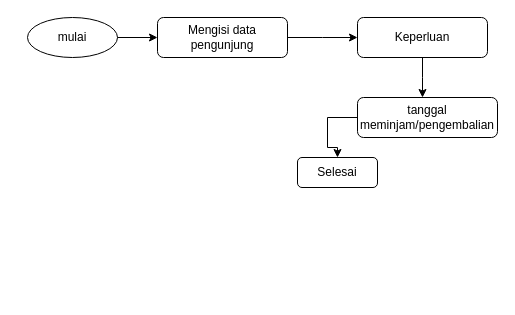
NAYA23-cpr/alurperpus keeps this draw.io diagram as alurperpus.drawio. Above is the earlier version. Source tidied: cells renumbered, new cells numbered last; positions are measured from the earlier drawing's top-left corner, leaving out a move shared by most shapes. Both pictures are drawn from the tidied source at 100%, with x=0, y=0 at pixel (27, 17).
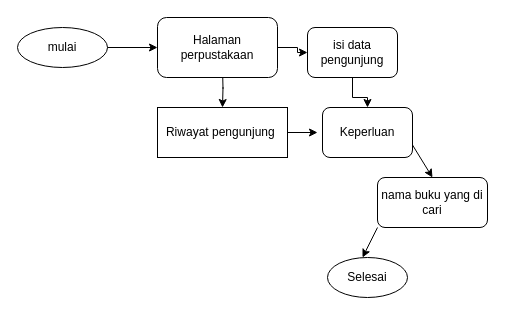
The same page after the edit.

The edit, as a diff of the source:
```diff
@@
 <mxGraphModel>
   <root>
     <mxCell id="0" />
     <mxCell id="1" parent="0" />
     <mxCell id="2" value="mulai" style="ellipse;whiteSpace=wrap;html=1;" parent="1" vertex="1">
-      <mxGeometry width="90" height="40" as="geometry" />
+      <mxGeometry x="-10" y="10" width="90" height="40" as="geometry" />
     </mxCell>
-    <mxCell id="3" style="endArrow=classic;html=1;rounded=0;" parent="1" edge="1">
-      <mxGeometry relative="1" as="geometry">
-        <mxPoint x="90" y="20" as="sourcePoint" />
-        <mxPoint x="130" y="20" as="targetPoint" />
-      </mxGeometry>
-    </mxCell>
-    <mxCell id="4" style="edgeStyle=orthogonalEdgeStyle;rounded=0;jettySize=auto;html=1;" parent="1" edge="1" source="5">
-      <mxGeometry relative="1" as="geometry">
-        <mxPoint x="330" y="20" as="targetPoint" />
-      </mxGeometry>
-    </mxCell>
-    <mxCell id="5" value="Mengisi data pengunjung" style="rounded=1;whiteSpace=wrap;html=1;" parent="1" vertex="1">
-      <mxGeometry x="130" width="130" height="40" as="geometry" />
-    </mxCell>
-    <mxCell id="6" style="edgeStyle=orthogonalEdgeStyle;rounded=0;jettySize=auto;html=1;" parent="1" edge="1" source="7">
-      <mxGeometry relative="1" as="geometry">
-        <mxPoint x="395" y="80" as="targetPoint" />
-      </mxGeometry>
-    </mxCell>
+    <mxCell id="12" style="edgeStyle=orthogonalEdgeStyle;rounded=0;orthogonalLoop=1;jettySize=auto;html=1;" parent="1" edge="1">
+      <mxGeometry relative="1" as="geometry">
+        <mxPoint x="195" y="50" as="sourcePoint" />
+        <mxPoint x="195" y="90" as="targetPoint" />
+      </mxGeometry>
+    </mxCell>
+    <mxCell id="13" value="nama buku yang di cari" style="rounded=1;whiteSpace=wrap;html=1;" parent="1" vertex="1">
+      <mxGeometry x="350" y="160" width="110" height="50" as="geometry" />
+    </mxCell>
+    <mxCell id="14" style="endArrow=classic;html=1;rounded=0;" parent="1" edge="1" source="2">
+      <mxGeometry relative="1" as="geometry">
+        <mxPoint x="130" y="30" as="targetPoint" />
+      </mxGeometry>
+    </mxCell>
+    <mxCell id="15" value="Riwayat pengunjung&amp;nbsp;" style="rounded=0;whiteSpace=wrap;html=1;" parent="1" vertex="1">
+      <mxGeometry x="130" y="90" width="130" height="50" as="geometry" />
+    </mxCell>
+    <mxCell id="11" value="Selesai" style="ellipse;whiteSpace=wrap;html=1;" parent="1" vertex="1">
+      <mxGeometry x="300" y="240" width="80" height="40" as="geometry" />
+    </mxCell>
+    <mxCell id="16" style="edgeStyle=orthogonalEdgeStyle;rounded=0;jettySize=auto;html=1;" parent="1" edge="1" source="17" target="19">
+      <mxGeometry relative="1" as="geometry" />
+    </mxCell>
+    <mxCell id="17" value="Halaman perpustakaan" style="rounded=1;whiteSpace=wrap;html=1;" parent="1" vertex="1">
+      <mxGeometry x="130" width="120" height="60" as="geometry" />
+    </mxCell>
+    <mxCell id="18" style="edgeStyle=orthogonalEdgeStyle;rounded=0;jettySize=auto;html=1;" parent="1" edge="1" source="19" target="7">
+      <mxGeometry relative="1" as="geometry" />
+    </mxCell>
+    <mxCell id="19" value="isi data pengunjung" style="rounded=1;whiteSpace=wrap;html=1;" parent="1" vertex="1">
+      <mxGeometry x="280" y="10" width="90" height="50" as="geometry" />
+    </mxCell>
     <mxCell id="7" value="Keperluan" style="rounded=1;whiteSpace=wrap;html=1;" parent="1" vertex="1">
-      <mxGeometry x="330" width="130" height="40" as="geometry" />
+      <mxGeometry x="295" y="90" width="90" height="50" as="geometry" />
     </mxCell>
-    <mxCell id="8" style="edgeStyle=orthogonalEdgeStyle;rounded=0;jettySize=auto;html=1;exitX=0;exitY=0.5;exitDx=0;exitDy=0;" parent="1" edge="1" source="9">
-      <mxGeometry relative="1" as="geometry">
-        <mxPoint x="310" y="140" as="targetPoint" />
-        <Array as="points">
-          <mxPoint x="300" y="100" />
-          <mxPoint x="300" y="130" />
-        </Array>
-      </mxGeometry>
-    </mxCell>
-    <mxCell id="9" value="tanggal meminjam/pengembalian" style="rounded=1;whiteSpace=wrap;html=1;" parent="1" vertex="1">
-      <mxGeometry x="330" y="80" width="140" height="40" as="geometry" />
-    </mxCell>
-    <mxCell id="10" style="rounded=1;whiteSpace=wrap;html=1;" parent="1" vertex="1">
-      <mxGeometry x="270" y="140" width="80" height="30" as="geometry" />
-    </mxCell>
-    <mxCell id="11" value="Selesai" style="text;html=1;strokeColor=none;fillColor=none;align=center;verticalAlign=middle;whiteSpace=wrap;rounded=0;" parent="1" vertex="1">
-      <mxGeometry x="280" y="140" width="60" height="30" as="geometry" />
-    </mxCell>
+    <mxCell id="20" style="endArrow=classic;html=1;rounded=0;entryX=0.5;entryY=0;entryDx=0;entryDy=0;exitX=1;exitY=0.75;exitDx=0;exitDy=0;" parent="1" edge="1" source="7" target="13">
+      <mxGeometry relative="1" as="geometry" />
+    </mxCell>
+    <mxCell id="21" style="endArrow=classic;html=1;rounded=0;exitX=0;exitY=1;exitDx=0;exitDy=0;entryX=0.5;entryY=0;entryDx=0;entryDy=0;" parent="1" edge="1" source="13">
+      <mxGeometry relative="1" as="geometry">
+        <mxPoint x="335" y="240" as="targetPoint" />
+      </mxGeometry>
+    </mxCell>
+    <mxCell id="22" style="endArrow=classic;html=1;rounded=0;exitX=1;exitY=0.75;exitDx=0;exitDy=0;" parent="1" edge="1" source="15">
+      <mxGeometry relative="1" as="geometry">
+        <mxPoint x="290" y="115" as="targetPoint" />
+        <Array as="points">
+          <mxPoint x="260" y="115" />
+        </Array>
+      </mxGeometry>
+    </mxCell>
   </root>
 </mxGraphModel>
```
